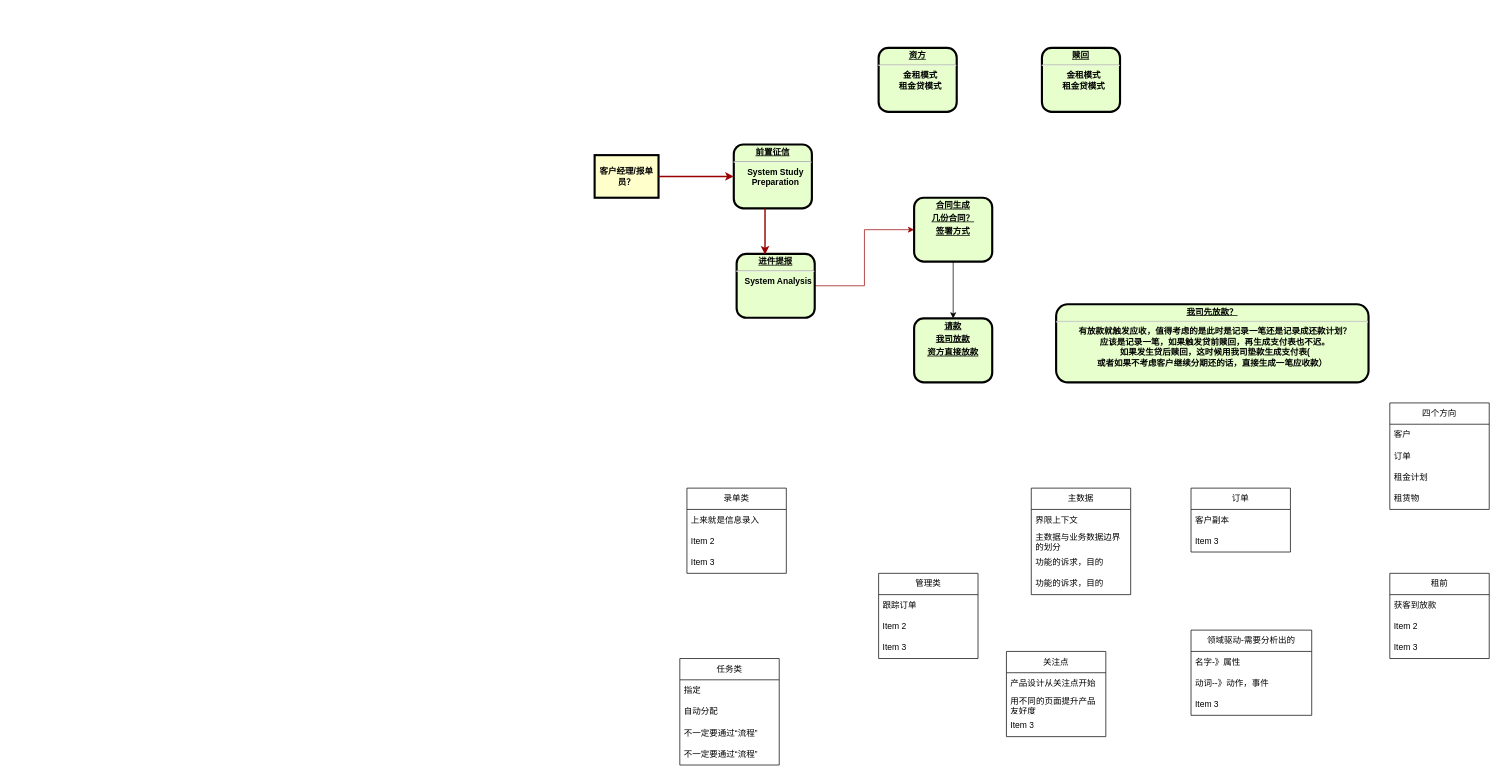
Earlier version of the draw.io diagram QJ主营业务流程.drawio (XiongZen/QJReconstitution). Source tidied: cells renumbered, new cells numbered last; positions are measured from the earlier drawing's top-left corner, leaving out a move shared by most shapes. Both pictures are drawn from the tidied source at 71%, with x=0, y=0 at pixel (594, 48).
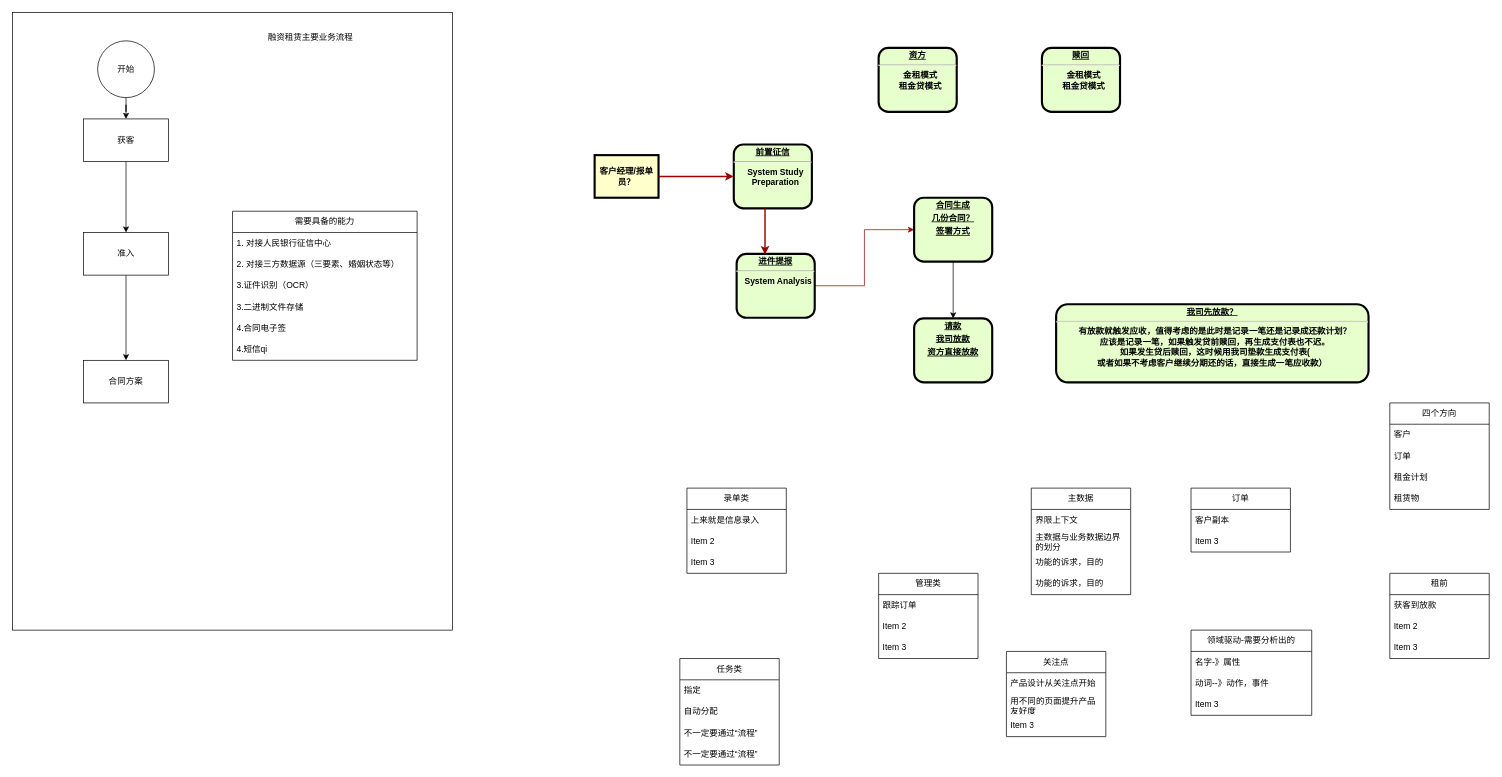
Above is the later version.

Commit message:
Update QJ主营业务流程.drawio

What changed in the source:
```diff
@@
+    <mxCell id="52" style="rounded=0;whiteSpace=wrap;html=1;" parent="1" vertex="1">
+      <mxGeometry x="-820" y="-50" width="620" height="870" as="geometry" />
+    </mxCell>
@@
+    <mxCell id="53" style="edgeStyle=orthogonalEdgeStyle;rounded=0;jettySize=auto;html=1;" parent="1" edge="1" source="54" target="56">
+      <mxGeometry relative="1" as="geometry" />
+    </mxCell>
+    <mxCell id="54" value="开始" style="ellipse;whiteSpace=wrap;html=1;" parent="1" vertex="1">
+      <mxGeometry x="-700" y="-10" width="80" height="80" as="geometry" />
+    </mxCell>
+    <mxCell id="55" style="edgeStyle=orthogonalEdgeStyle;rounded=0;jettySize=auto;html=1;" parent="1" edge="1" source="56" target="58">
+      <mxGeometry relative="1" as="geometry" />
+    </mxCell>
+    <mxCell id="56" value="获客" style="whiteSpace=wrap;html=1;" parent="1" vertex="1">
+      <mxGeometry x="-720" y="100" width="120" height="60" as="geometry" />
+    </mxCell>
+    <mxCell id="57" style="edgeStyle=orthogonalEdgeStyle;rounded=0;jettySize=auto;html=1;" parent="1" edge="1" source="58" target="60">
+      <mxGeometry relative="1" as="geometry" />
+    </mxCell>
+    <mxCell id="58" value="准入" style="whiteSpace=wrap;html=1;" parent="1" vertex="1">
+      <mxGeometry x="-720" y="260" width="120" height="60" as="geometry" />
+    </mxCell>
+    <mxCell id="59" value="融资租赁主要业务流程" style="text;html=1;whiteSpace=wrap;strokeColor=none;fillColor=none;align=center;verticalAlign=middle;rounded=0;" parent="1" vertex="1">
+      <mxGeometry x="-470" y="-30" width="140" height="30" as="geometry" />
+    </mxCell>
+    <mxCell id="60" value="合同方案" style="whiteSpace=wrap;html=1;" parent="1" vertex="1">
+      <mxGeometry x="-720" y="440" width="120" height="60" as="geometry" />
+    </mxCell>
+    <mxCell id="61" value="需要具备的能力" style="swimlane;fontStyle=0;horizontal=1;startSize=30;whiteSpace=wrap;html=1;" parent="1" vertex="1">
+      <mxGeometry x="-510" y="230" width="260" height="210" as="geometry" />
+    </mxCell>
+    <mxCell id="62" value="1. 对接人民银行征信中心" style="text;strokeColor=none;fillColor=none;align=left;verticalAlign=middle;spacingLeft=4;spacingRight=4;overflow=hidden;whiteSpace=wrap;html=1;" parent="61" vertex="1">
+      <mxGeometry y="30" width="260" height="30" as="geometry" />
+    </mxCell>
+    <mxCell id="63" value="2. 对接三方数据源（三要素、婚姻状态等）" style="text;strokeColor=none;fillColor=none;align=left;verticalAlign=middle;spacingLeft=4;spacingRight=4;overflow=hidden;whiteSpace=wrap;html=1;" parent="61" vertex="1">
+      <mxGeometry y="60" width="260" height="30" as="geometry" />
+    </mxCell>
+    <mxCell id="64" value="3.证件识别（OCR）" style="text;strokeColor=none;fillColor=none;align=left;verticalAlign=middle;spacingLeft=4;spacingRight=4;overflow=hidden;whiteSpace=wrap;html=1;" parent="61" vertex="1">
+      <mxGeometry y="90" width="260" height="30" as="geometry" />
+    </mxCell>
+    <mxCell id="65" value="3.二进制文件存储" style="text;strokeColor=none;fillColor=none;align=left;verticalAlign=middle;spacingLeft=4;spacingRight=4;overflow=hidden;whiteSpace=wrap;html=1;" parent="61" vertex="1">
+      <mxGeometry y="120" width="260" height="30" as="geometry" />
+    </mxCell>
+    <mxCell id="66" value="4.合同电子签" style="text;strokeColor=none;fillColor=none;align=left;verticalAlign=middle;spacingLeft=4;spacingRight=4;overflow=hidden;whiteSpace=wrap;html=1;" parent="61" vertex="1">
+      <mxGeometry y="150" width="260" height="30" as="geometry" />
+    </mxCell>
+    <mxCell id="67" value="4.短信qi" style="text;strokeColor=none;fillColor=none;align=left;verticalAlign=middle;spacingLeft=4;spacingRight=4;overflow=hidden;whiteSpace=wrap;html=1;" parent="61" vertex="1">
+      <mxGeometry y="180" width="260" height="30" as="geometry" />
+    </mxCell>
```
